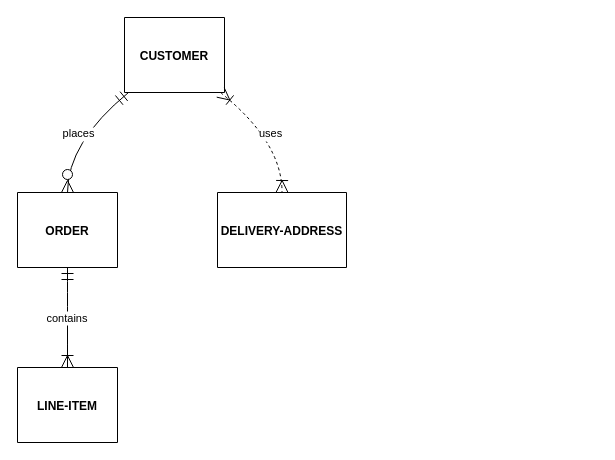
The draw.io diagram Untitled Diagram.drawio in CodeAiE/Exercise, before the edit. Source tidied: cells renumbered, new cells numbered last; positions are measured from the earlier drawing's top-left corner, leaving out a move shared by most shapes. Both pictures are drawn from the tidied source at 100%, with x=0, y=0 at pixel (17, 17).
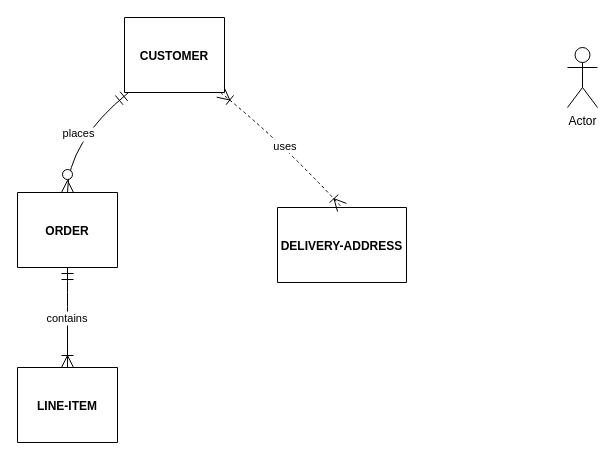
After the change.

Diff of the diagram source:
```diff
@@
 <mxGraphModel>
   <root>
     <mxCell id="0" />
     <mxCell id="1" parent="0" />
     <mxCell id="2" value="CUSTOMER" style="shape=table;startSize=75;childLayout=tableLayout;rowLines=1;fontStyle=1;align=center;" parent="1" vertex="1">
       <mxGeometry x="107" width="100" height="75" as="geometry" />
     </mxCell>
     <mxCell id="3" value="ORDER" style="shape=table;startSize=75;childLayout=tableLayout;rowLines=1;fontStyle=1;align=center;" parent="1" vertex="1">
       <mxGeometry y="175" width="100" height="75" as="geometry" />
     </mxCell>
     <mxCell id="4" value="LINE-ITEM" style="shape=table;startSize=75;childLayout=tableLayout;rowLines=1;fontStyle=1;align=center;" parent="1" vertex="1">
       <mxGeometry y="350" width="100" height="75" as="geometry" />
     </mxCell>
     <mxCell id="5" value="DELIVERY-ADDRESS" style="shape=table;startSize=75;childLayout=tableLayout;rowLines=1;fontStyle=1;align=center;" parent="1" vertex="1">
-      <mxGeometry x="200" y="175" width="129" height="75" as="geometry" />
+      <mxGeometry x="260" y="190" width="129" height="75" as="geometry" />
     </mxCell>
     <mxCell id="6" value="places" style="curved=1;startArrow=ERmandOne;startSize=10;endArrow=ERzeroToMany;endSize=10;exitX=0.04;exitY=1;entryX=0.5;entryY=0;" parent="1" edge="1" source="2" target="3">
       <mxGeometry relative="1" as="geometry">
         <Array as="points">
           <mxPoint x="50" y="125" />
         </Array>
       </mxGeometry>
     </mxCell>
     <mxCell id="7" value="contains" style="curved=1;startArrow=ERmandOne;startSize=10;endArrow=ERoneToMany;endSize=10;exitX=0.5;exitY=1;entryX=0.5;entryY=0;" parent="1" edge="1" source="3" target="4">
       <mxGeometry relative="1" as="geometry" />
     </mxCell>
     <mxCell id="8" value="uses" style="curved=1;dashed=1;startArrow=ERoneToMany;startSize=10;endArrow=ERoneToMany;endSize=10;exitX=0.96;exitY=1;entryX=0.5;entryY=0;" parent="1" edge="1" source="2" target="5">
       <mxGeometry relative="1" as="geometry">
         <Array as="points">
           <mxPoint x="265" y="125" />
         </Array>
       </mxGeometry>
     </mxCell>
+    <mxCell id="9" value="Actor" style="shape=umlActor;verticalLabelPosition=bottom;verticalAlign=top;html=1;" parent="1" vertex="1">
+      <mxGeometry x="550" y="30" width="30" height="60" as="geometry" />
+    </mxCell>
   </root>
 </mxGraphModel>
```
